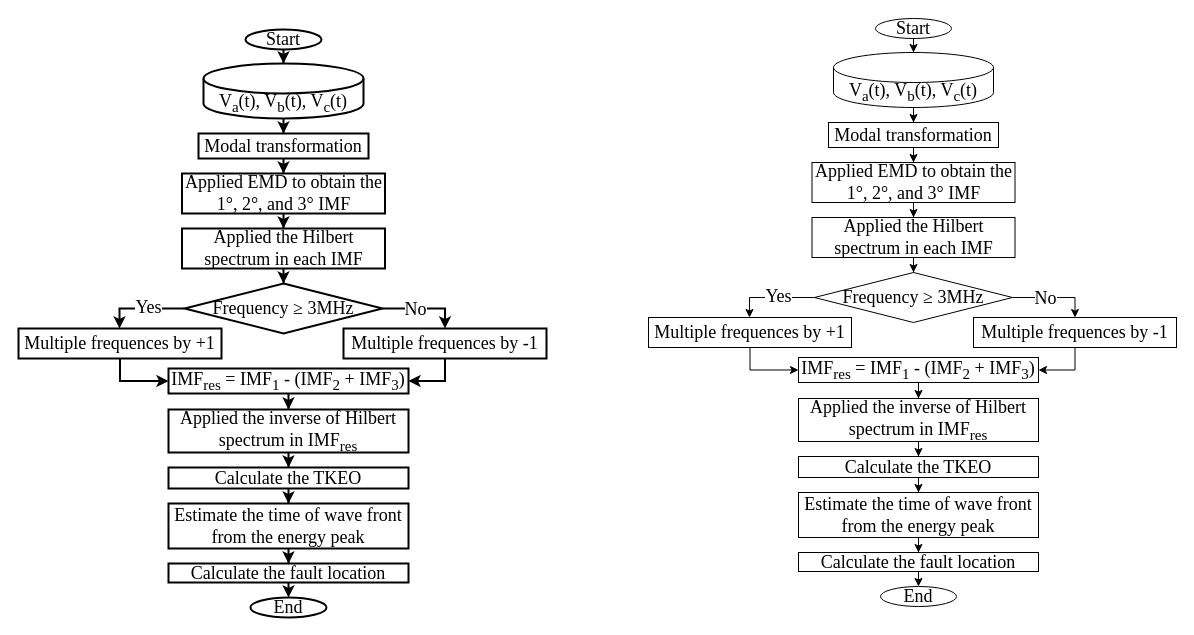
Above: fluxograma_ipst_2025_travellingwaves.drawio in CaioVCGrilo/fluxogramas (draw.io), before the change. Source tidied: cells renumbered, new cells numbered last; positions are measured from the earlier drawing's top-left corner, leaving out a move shared by most shapes. Both pictures are drawn from the tidied source at 100%, with x=0, y=0 at pixel (18, 18).
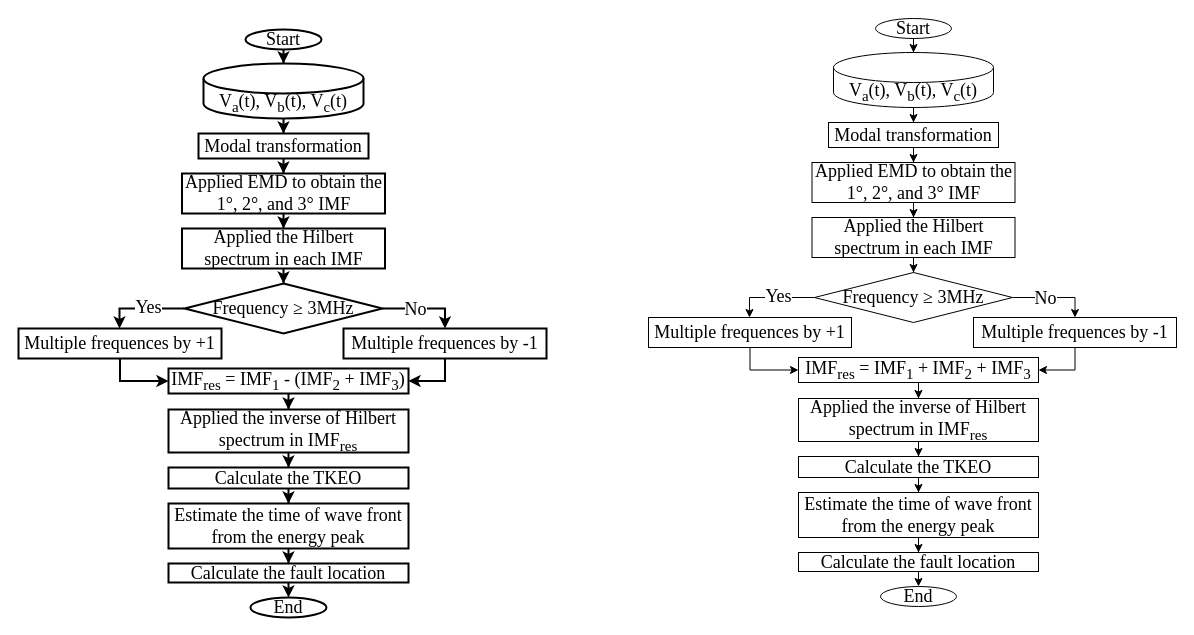
The same diagram, later.

Change to the diagram source:
```diff
@@
-    <mxCell id="47" value="&lt;font face=&quot;Times New Roman&quot; style=&quot;font-size: 18px;&quot;&gt;IMF&lt;sub&gt;res&lt;/sub&gt; = IMF&lt;sub&gt;1&lt;/sub&gt; - (IMF&lt;sub&gt;2&lt;/sub&gt; + IMF&lt;sub&gt;3&lt;/sub&gt;)&lt;/font&gt;" style="rounded=0;whiteSpace=wrap;html=1;strokeWidth=1;" parent="1" vertex="1">
+    <mxCell id="47" value="&lt;font face=&quot;Times New Roman&quot; style=&quot;font-size: 18px;&quot;&gt;IMF&lt;sub&gt;res&lt;/sub&gt; = IMF&lt;sub&gt;1&lt;/sub&gt;&amp;nbsp;+ IMF&lt;sub&gt;2&lt;/sub&gt; + IMF&lt;sub&gt;3&lt;/sub&gt;&lt;/font&gt;" style="rounded=0;whiteSpace=wrap;html=1;strokeWidth=1;" parent="1" vertex="1">
       <mxGeometry x="780" y="339" width="240" height="25" as="geometry" />
     </mxCell>
```
